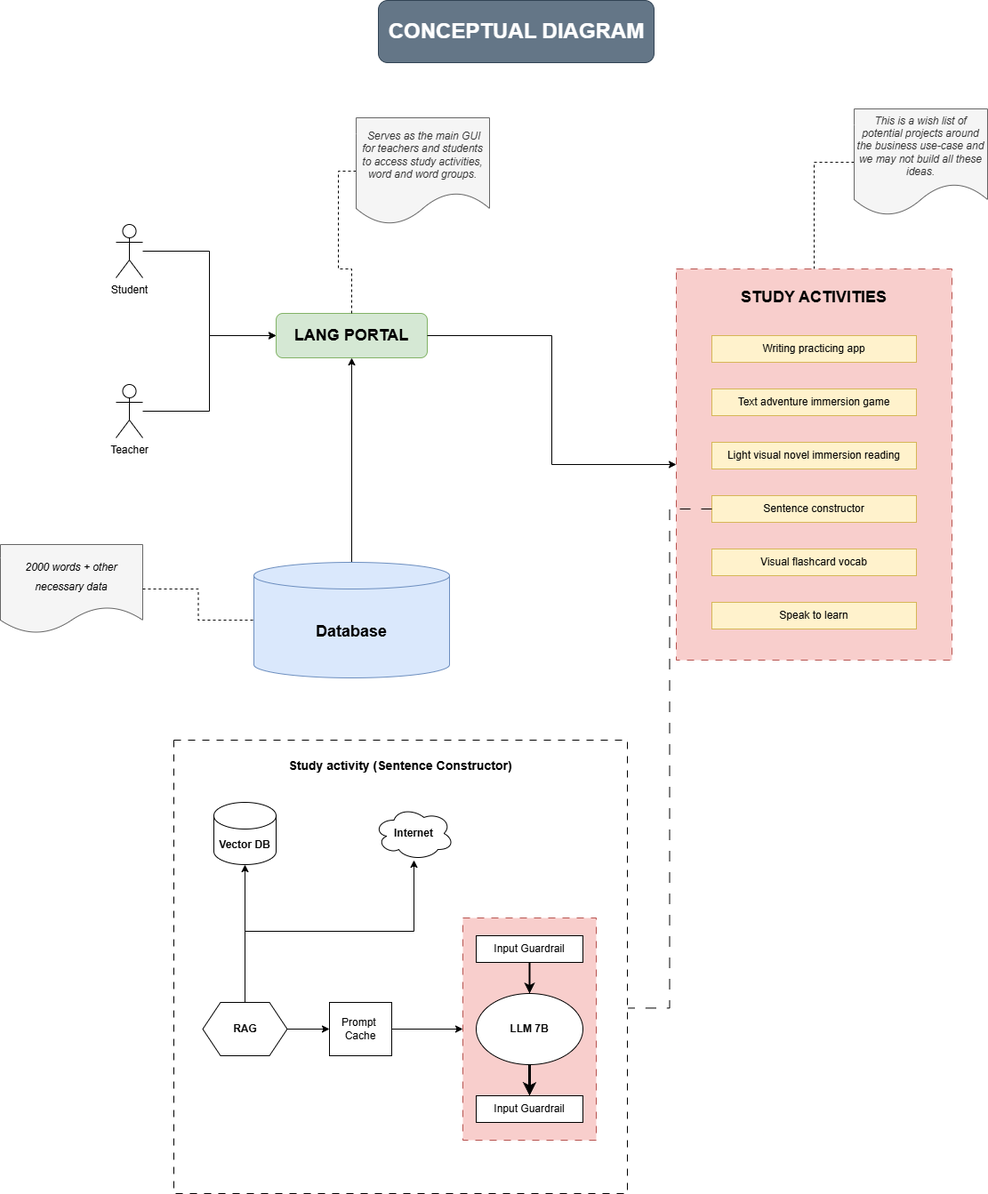
Above: genai-architecting/GenAI_architecture.drawio.png in viakos/free-genai-bootcamp-2025 (draw.io), before the change. Source tidied: cells renumbered, new cells last; positions are measured from the earlier drawing's top-left corner, leaving out a move shared by most shapes.
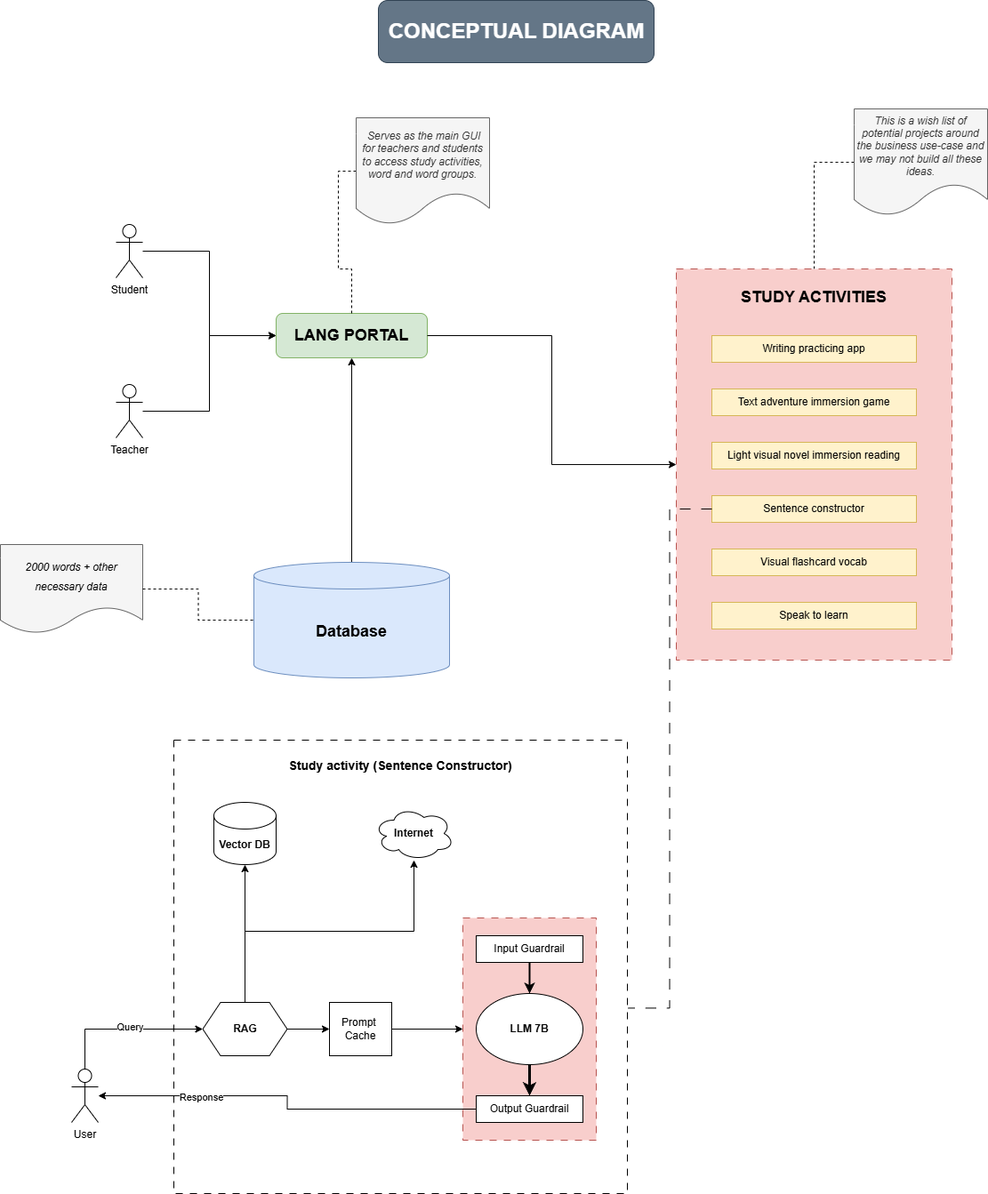
Later version of the same file.

What changed in the source:
```diff
@@ -104,7 +104,7 @@
     <mxCell id="35" value="&lt;h4&gt;LLM 7B&lt;/h4&gt;" style="ellipse;whiteSpace=wrap;html=1;" parent="32" vertex="1">
       <mxGeometry x="15" y="85" width="120" height="80" as="geometry" />
     </mxCell>
-    <mxCell id="36" value="Input Guardrail" style="rounded=0;whiteSpace=wrap;html=1;" parent="32" vertex="1">
+    <mxCell id="36" value="Output Guardrail" style="rounded=0;whiteSpace=wrap;html=1;" parent="32" vertex="1">
       <mxGeometry x="15" y="200" width="120" height="30" as="geometry" />
     </mxCell>
     <mxCell id="37" style="edgeStyle=orthogonalEdgeStyle;rounded=0;jettySize=auto;html=1;exitX=0.5;exitY=1;exitDx=0;exitDy=0;strokeWidth=2;" parent="32" edge="1" source="34" target="35">
@@ -122,5 +122,20 @@
     <mxCell id="41" value="&lt;h1&gt;CONCEPTUAL DIAGRAM&lt;/h1&gt;" style="text;html=1;align=center;verticalAlign=middle;strokeColor=#314354;rounded=1;fillColor=#647687;fontColor=#ffffff;" parent="1" vertex="1">
       <mxGeometry x="425" width="310" height="70" as="geometry" />
     </mxCell>
+    <mxCell id="42" style="edgeStyle=orthogonalEdgeStyle;rounded=0;jettySize=auto;html=1;exitX=0.5;exitY=0;exitDx=0;exitDy=0;exitPerimeter=0;entryX=0;entryY=0.5;entryDx=0;entryDy=0;" parent="1" edge="1" source="44" target="29">
+      <mxGeometry relative="1" as="geometry" />
+    </mxCell>
+    <mxCell id="43" value="Query" style="edgeLabel;html=1;align=center;verticalAlign=middle;" parent="42" vertex="1">
+      <mxGeometry x="0.08" y="2" relative="1" as="geometry" />
+    </mxCell>
+    <mxCell id="44" value="User" style="shape=umlActor;verticalLabelPosition=bottom;verticalAlign=top;html=1;outlineConnect=0;" parent="1" vertex="1">
+      <mxGeometry x="80" y="1202" width="30" height="60" as="geometry" />
+    </mxCell>
+    <mxCell id="45" style="edgeStyle=orthogonalEdgeStyle;rounded=0;jettySize=auto;html=1;exitX=0;exitY=0.5;exitDx=0;exitDy=0;" parent="1" edge="1" source="36" target="44">
+      <mxGeometry relative="1" as="geometry" />
+    </mxCell>
+    <mxCell id="46" value="Response" style="edgeLabel;html=1;align=center;verticalAlign=middle;" parent="45" vertex="1">
+      <mxGeometry x="0.47" y="2" relative="1" as="geometry" />
+    </mxCell>
   </root>
 </mxGraphModel>
```
